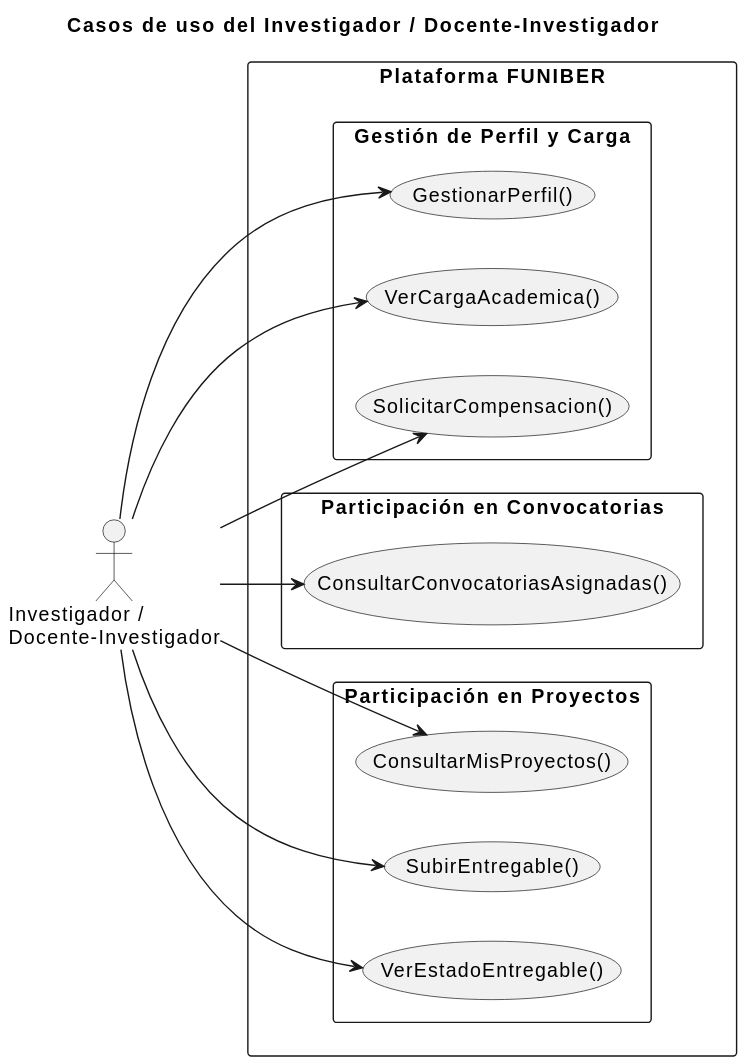
Earlier version of the PlantUML export documents/CasosDeUso/CasosDeUso/Investigador-Docente/Investigador-Docente.svg (31Diego/25-26-IdSw1-SdR).
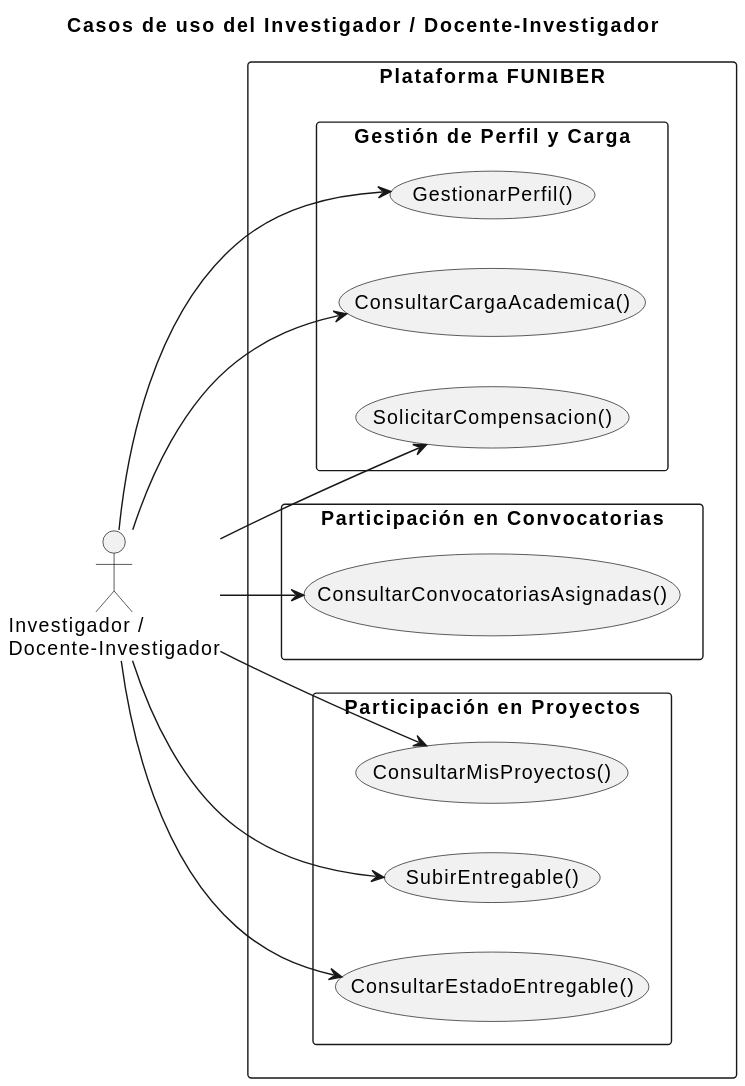
The same file after the commit.

Change to the diagram source:
```diff
@@ -8,27 +8,27 @@
 
   rectangle "Gestión de Perfil y Carga" {
     usecase "GestionarPerfil()" as CU_GestionarPerfil
-    usecase "VerCargaAcademica()" as CU_VerCarga
+    usecase "ConsultarCargaAcademica()" as CU_ConsultarCarga
     usecase "SolicitarCompensacion()" as CU_SolicitarComp
   }
 
   rectangle "Participación en Convocatorias" {
-    usecase "ConsultarConvocatoriasAsignadas()" as CU_VerConv
+    usecase "ConsultarConvocatoriasAsignadas()" as CU_ConsultarConv
   }
 
   rectangle "Participación en Proyectos" {
-    usecase "ConsultarMisProyectos()" as CU_VerProyectos
+    usecase "ConsultarMisProyectos()" as CU_ConsultarProyectos
     usecase "SubirEntregable()" as CU_SubirEntregable
-    usecase "VerEstadoEntregable()" as CU_VerEstado
+    usecase "ConsultarEstadoEntregable()" as CU_ConsultarEstado
   }
 
 }
 
 Inv --> CU_GestionarPerfil
-Inv --> CU_VerCarga
+Inv --> CU_ConsultarCarga
 Inv --> CU_SolicitarComp
-Inv --> CU_VerConv
-Inv --> CU_VerProyectos
+Inv --> CU_ConsultarConv
+Inv --> CU_ConsultarProyectos
 Inv --> CU_SubirEntregable
-Inv --> CU_VerEstado
+Inv --> CU_ConsultarEstado
 @enduml
```
